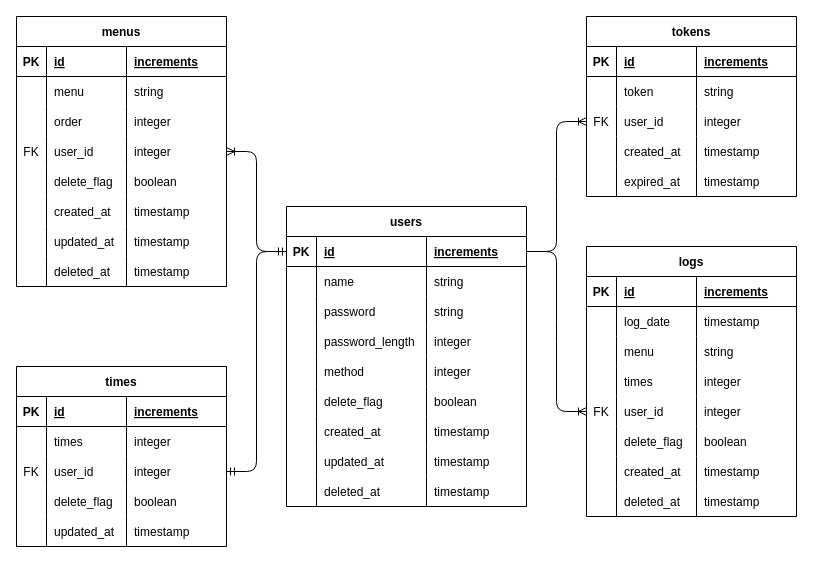
Above: database.drawio in anti-paper/design (draw.io), before the change. Source tidied: cells renumbered, new cells numbered last; positions are measured from the earlier drawing's top-left corner, leaving out a move shared by most shapes. Both pictures are drawn from the tidied source at 100%, with x=0, y=0 at pixel (16, 16).
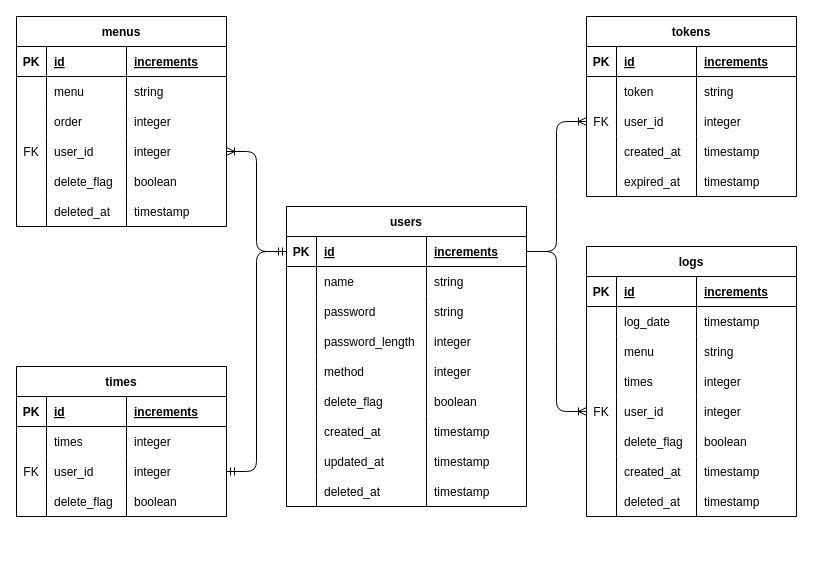
The same page after the edit.

Commit message (it also covers changes not shown here):
カラム整理

◇変更対象
　・要件定義書
　・ER図

Change to the diagram source:
```diff
@@
     <mxCell id="95" value="menus" style="shape=table;startSize=30;childLayout=tableLayout;rowLines=0;fontStyle=1;align=center;" parent="1" vertex="1">
-      <mxGeometry width="210" height="270" as="geometry" />
+      <mxGeometry width="210" height="210" as="geometry" />
     </mxCell>
@@
-    <mxCell id="116" style="shape=tableRow;horizontal=0;startSize=0;swimlaneHead=0;swimlaneBody=0;fillColor=none;top=0;left=0;right=0;bottom=0;" parent="95" vertex="1">
-      <mxGeometry y="180" width="210" height="30" as="geometry" />
-    </mxCell>
-    <mxCell id="117" style="shape=partialRectangle;fillColor=none;top=0;left=0;bottom=0;right=0;overflow=hidden;" parent="116" vertex="1">
-      <mxGeometry width="30" height="30" as="geometry" />
-    </mxCell>
-    <mxCell id="118" value="created_at" style="shape=partialRectangle;fillColor=none;top=0;left=0;bottom=0;right=0;align=left;spacingLeft=6;overflow=hidden;" parent="116" vertex="1">
-      <mxGeometry x="30" width="80" height="30" as="geometry" />
-    </mxCell>
-    <mxCell id="119" value="timestamp" style="shape=partialRectangle;fillColor=none;top=0;left=0;bottom=0;right=0;align=left;spacingLeft=6;overflow=hidden;" parent="116" vertex="1">
-      <mxGeometry x="110" width="100" height="30" as="geometry" />
-    </mxCell>
-    <mxCell id="120" style="shape=tableRow;horizontal=0;startSize=0;swimlaneHead=0;swimlaneBody=0;fillColor=none;top=0;left=0;right=0;bottom=0;" parent="95" vertex="1">
-      <mxGeometry y="210" width="210" height="30" as="geometry" />
-    </mxCell>
-    <mxCell id="121" style="shape=partialRectangle;fillColor=none;top=0;left=0;bottom=0;right=0;overflow=hidden;" parent="120" vertex="1">
-      <mxGeometry width="30" height="30" as="geometry" />
-    </mxCell>
-    <mxCell id="122" value="updated_at" style="shape=partialRectangle;fillColor=none;top=0;left=0;bottom=0;right=0;align=left;spacingLeft=6;overflow=hidden;" parent="120" vertex="1">
-      <mxGeometry x="30" width="80" height="30" as="geometry" />
-    </mxCell>
-    <mxCell id="123" value="timestamp" style="shape=partialRectangle;fillColor=none;top=0;left=0;bottom=0;right=0;align=left;spacingLeft=6;overflow=hidden;" parent="120" vertex="1">
-      <mxGeometry x="110" width="100" height="30" as="geometry" />
-    </mxCell>
     <mxCell id="124" style="shape=tableRow;horizontal=0;startSize=0;swimlaneHead=0;swimlaneBody=0;fillColor=none;top=0;left=0;right=0;bottom=0;" parent="95" vertex="1">
-      <mxGeometry y="240" width="210" height="30" as="geometry" />
+      <mxGeometry y="180" width="210" height="30" as="geometry" />
     </mxCell>
@@
     <mxCell id="129" value="times" style="shape=table;startSize=30;childLayout=tableLayout;rowLines=0;fontStyle=1;align=center;" parent="1" vertex="1">
-      <mxGeometry y="350" width="210" height="180" as="geometry" />
+      <mxGeometry y="350" width="210" height="150" as="geometry" />
     </mxCell>
@@
-    <mxCell id="146" style="shape=tableRow;horizontal=0;startSize=0;swimlaneHead=0;swimlaneBody=0;fillColor=none;top=0;left=0;right=0;bottom=0;" parent="129" vertex="1">
-      <mxGeometry y="150" width="210" height="30" as="geometry" />
-    </mxCell>
-    <mxCell id="147" style="shape=partialRectangle;fillColor=none;top=0;left=0;bottom=0;right=0;overflow=hidden;" parent="146" vertex="1">
-      <mxGeometry width="30" height="30" as="geometry" />
-    </mxCell>
-    <mxCell id="148" value="updated_at" style="shape=partialRectangle;fillColor=none;top=0;left=0;bottom=0;right=0;align=left;spacingLeft=6;overflow=hidden;" parent="146" vertex="1">
-      <mxGeometry x="30" width="80" height="30" as="geometry" />
-    </mxCell>
-    <mxCell id="149" value="timestamp" style="shape=partialRectangle;fillColor=none;top=0;left=0;bottom=0;right=0;align=left;spacingLeft=6;overflow=hidden;" parent="146" vertex="1">
-      <mxGeometry x="110" width="100" height="30" as="geometry" />
-    </mxCell>
```
